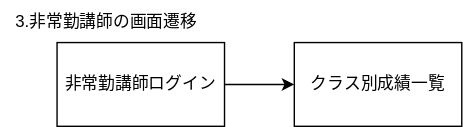
Skypeace8585/uml-introduction keeps this draw.io diagram as teamG5.drawio.svg. Above is the earlier version. Source tidied: cells renumbered, new cells last; positions are measured from the earlier drawing's top-left corner, leaving out a move shared by most shapes.
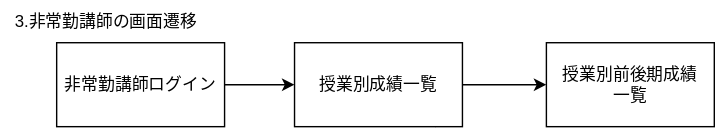
The same file after the commit.

Change to the diagram source:
```diff
@@ -13,8 +13,19 @@
     <mxCell id="4" value="非常勤講師ログイン" style="rounded=0;whiteSpace=wrap;html=1;" parent="1" vertex="1">
       <mxGeometry x="40" y="30" width="120" height="60" as="geometry" />
     </mxCell>
-    <mxCell id="5" value="クラス別成績一覧" style="rounded=0;whiteSpace=wrap;html=1;" parent="1" vertex="1">
-      <mxGeometry x="210" y="30" width="120" height="60" as="geometry" />
-    </mxCell>
+    <mxCell id="6" style="edgeStyle=none;html=1;entryX=0;entryY=0.5;entryDx=0;entryDy=0;" parent="1" edge="1" target="8">
+      <mxGeometry relative="1" as="geometry">
+        <mxPoint x="311.2" y="90" as="sourcePoint" />
+      </mxGeometry>
+    </mxCell>
+    <mxCell id="7" style="edgeStyle=none;html=1;entryX=0;entryY=0.5;entryDx=0;entryDy=0;" parent="1" edge="1" source="8" target="9">
+      <mxGeometry relative="1" as="geometry" />
+    </mxCell>
+    <mxCell id="8" value="授業別成績一覧" style="rounded=0;whiteSpace=wrap;html=1;" parent="1" vertex="1">
+      <mxGeometry x="210" y="30" width="120" height="60" as="geometry" />
+    </mxCell>
+    <mxCell id="9" value="授業別前後期成績&lt;br&gt;一覧" style="rounded=0;whiteSpace=wrap;html=1;" parent="1" vertex="1">
+      <mxGeometry x="390" y="30" width="120" height="60" as="geometry" />
+    </mxCell>
   </root>
 </mxGraphModel>
```
